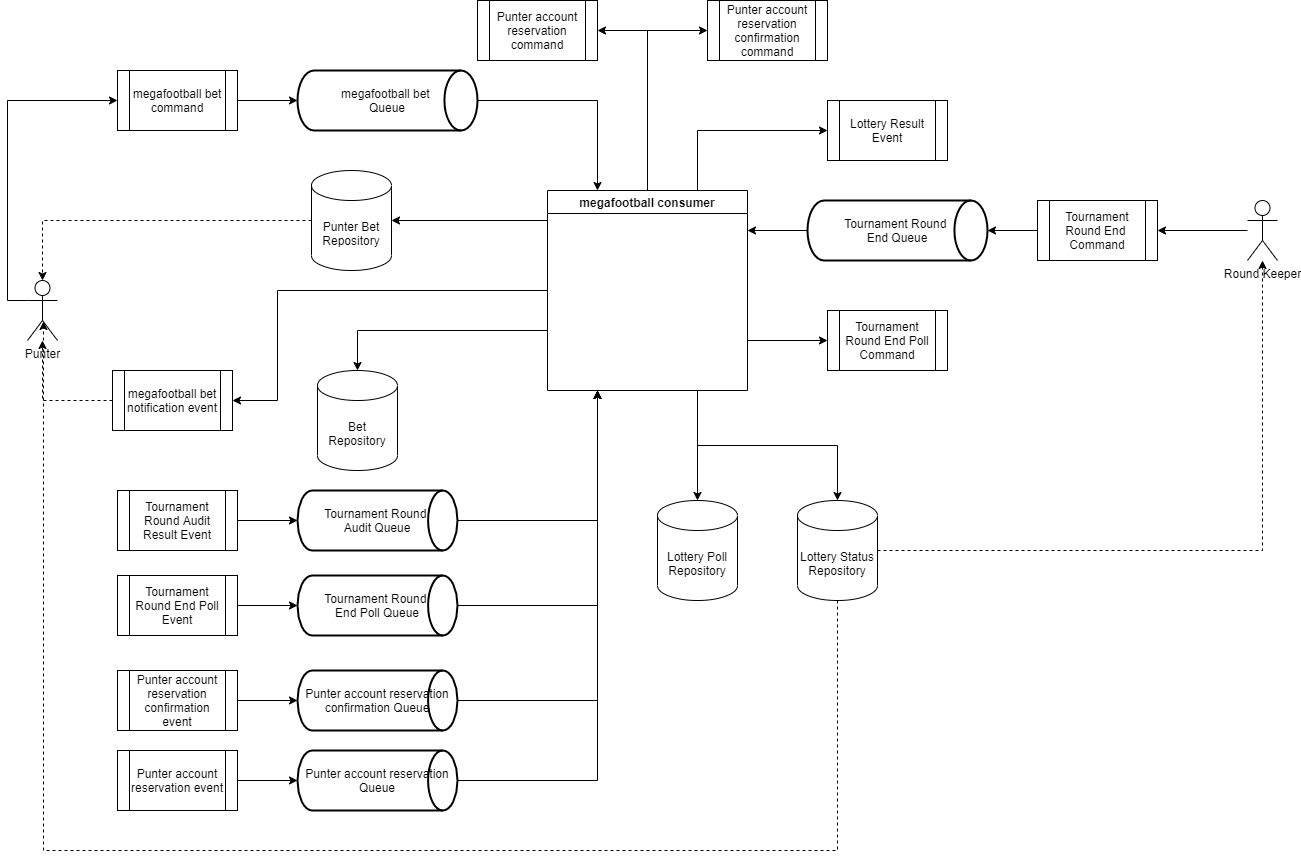
Above: solucao.drawio.png in tinchant/megafootball (draw.io), before the change. Source tidied: cells renumbered, new cells last; positions are measured from the earlier drawing's top-left corner, leaving out a move shared by most shapes.
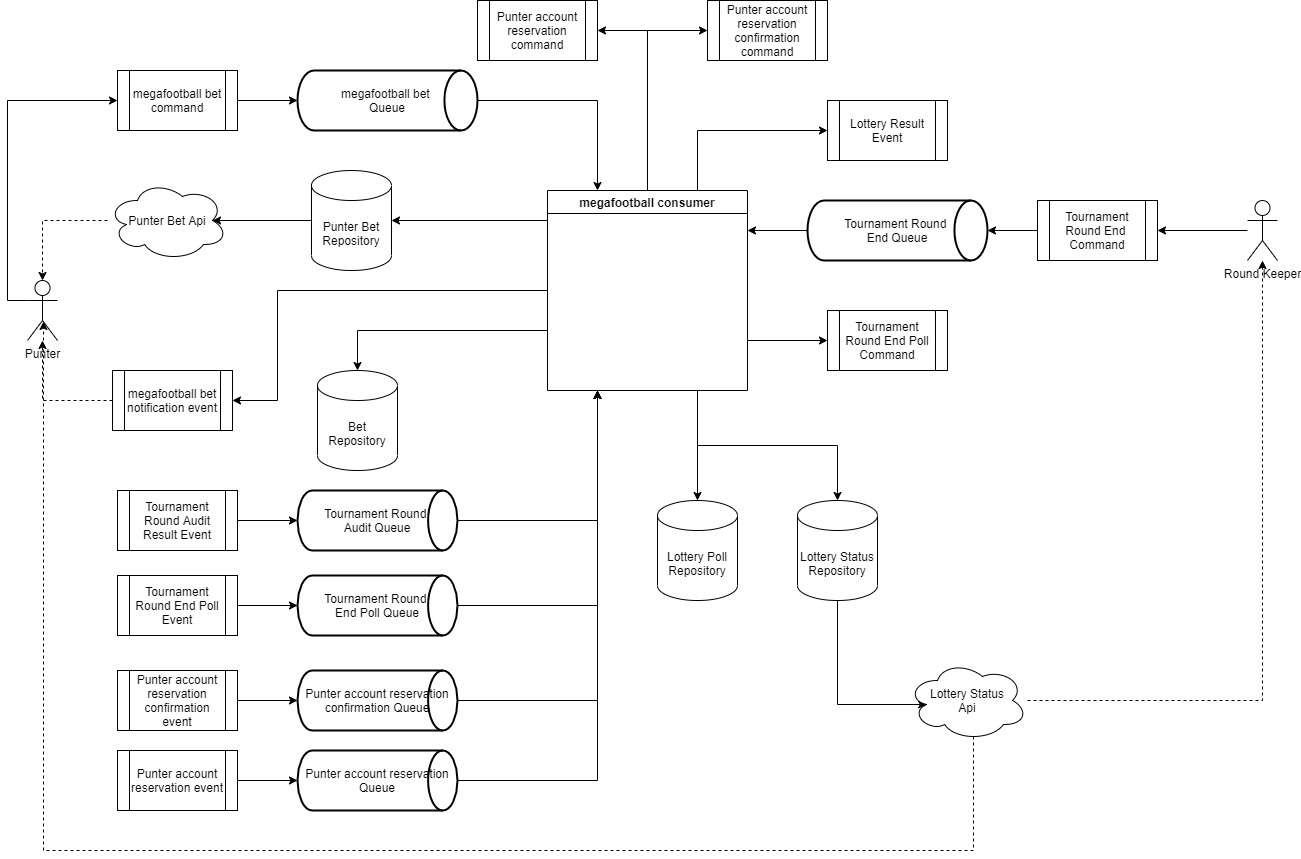
After the change.

The edit, as a diff of the source:
```diff
@@ -143,23 +143,35 @@
     <mxCell id="45" value="Lottery Result Event" style="shape=process;whiteSpace=wrap;html=1;backgroundOutline=1;" parent="1" vertex="1">
       <mxGeometry x="800" y="100" width="120" height="60" as="geometry" />
     </mxCell>
-    <mxCell id="46" style="edgeStyle=orthogonalEdgeStyle;rounded=0;jettySize=auto;html=1;entryX=0.533;entryY=0.683;entryDx=0;entryDy=0;entryPerimeter=0;strokeColor=default;dashed=1;" parent="1" edge="1" source="48" target="3">
+    <mxCell id="46" style="edgeStyle=orthogonalEdgeStyle;rounded=0;jettySize=auto;html=1;entryX=0.533;entryY=0.683;entryDx=0;entryDy=0;entryPerimeter=0;strokeColor=default;dashed=1;exitX=0.55;exitY=0.95;exitDx=0;exitDy=0;exitPerimeter=0;" parent="1" edge="1" source="55" target="3">
       <mxGeometry relative="1" as="geometry">
         <Array as="points">
-          <mxPoint x="810" y="850" />
+          <mxPoint x="946" y="850" />
           <mxPoint x="16" y="850" />
         </Array>
       </mxGeometry>
     </mxCell>
-    <mxCell id="47" style="edgeStyle=orthogonalEdgeStyle;rounded=0;jettySize=auto;html=1;dashed=1;strokeColor=default;" parent="1" edge="1" source="48" target="30">
+    <mxCell id="47" style="edgeStyle=orthogonalEdgeStyle;rounded=0;jettySize=auto;html=1;dashed=1;strokeColor=default;" parent="1" edge="1" source="55" target="30">
       <mxGeometry relative="1" as="geometry" />
     </mxCell>
+    <mxCell id="53" style="edgeStyle=orthogonalEdgeStyle;rounded=0;jettySize=auto;html=1;entryX=0.16;entryY=0.55;entryDx=0;entryDy=0;entryPerimeter=0;strokeColor=default;exitX=0.5;exitY=1;exitDx=0;exitDy=0;exitPerimeter=0;" parent="1" edge="1" source="48" target="55">
+      <mxGeometry relative="1" as="geometry">
+        <Array as="points">
+          <mxPoint x="810" y="704" />
+        </Array>
+      </mxGeometry>
+    </mxCell>
     <mxCell id="48" value="Lottery Status Repository" style="shape=cylinder3;whiteSpace=wrap;html=1;boundedLbl=1;backgroundOutline=1;size=15;" parent="1" vertex="1">
       <mxGeometry x="770" y="500" width="80" height="100" as="geometry" />
     </mxCell>
-    <mxCell id="49" style="edgeStyle=orthogonalEdgeStyle;rounded=0;jettySize=auto;html=1;dashed=1;strokeColor=default;" parent="1" edge="1" source="50" target="3">
-      <mxGeometry relative="1" as="geometry" />
+    <mxCell id="49" style="edgeStyle=orthogonalEdgeStyle;rounded=0;jettySize=auto;html=1;dashed=1;strokeColor=default;" parent="1" edge="1" target="3">
+      <mxGeometry relative="1" as="geometry">
+        <mxPoint x="80" y="220" as="sourcePoint" />
+      </mxGeometry>
     </mxCell>
+    <mxCell id="54" style="edgeStyle=orthogonalEdgeStyle;rounded=0;jettySize=auto;html=1;entryX=0.875;entryY=0.5;entryDx=0;entryDy=0;entryPerimeter=0;strokeColor=default;" parent="1" edge="1" source="50" target="56">
+      <mxGeometry relative="1" as="geometry" />
+    </mxCell>
     <mxCell id="50" value="Punter Bet Repository" style="shape=cylinder3;whiteSpace=wrap;html=1;boundedLbl=1;backgroundOutline=1;size=15;" parent="1" vertex="1">
       <mxGeometry x="284" y="170" width="80" height="100" as="geometry" />
     </mxCell>
@@ -171,5 +183,11 @@
     <mxCell id="52" value="Tournament Round &lt;br&gt;End Queue" style="strokeWidth=2;html=1;shape=mxgraph.flowchart.direct_data;whiteSpace=wrap;" parent="1" vertex="1">
       <mxGeometry x="780" y="200" width="180" height="60" as="geometry" />
     </mxCell>
+    <mxCell id="55" value="Lottery Status&lt;br&gt;Api" style="ellipse;shape=cloud;whiteSpace=wrap;html=1;" parent="1" vertex="1">
+      <mxGeometry x="880" y="660" width="120" height="80" as="geometry" />
+    </mxCell>
+    <mxCell id="56" value="Punter Bet Api" style="ellipse;shape=cloud;whiteSpace=wrap;html=1;" parent="1" vertex="1">
+      <mxGeometry x="80" y="180" width="120" height="80" as="geometry" />
+    </mxCell>
   </root>
 </mxGraphModel>
```
